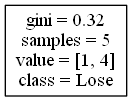
alexana-steck/CSE482Project keeps this Graphviz diagram as DecisionTrees/Mountain Westdecision_tree_no_score_or_attendance5.png. Above is the earlier version. Its source is kept beside it as DecisionTrees/Mountain Westdecision_tree_no_score_or_attendance5.dot.
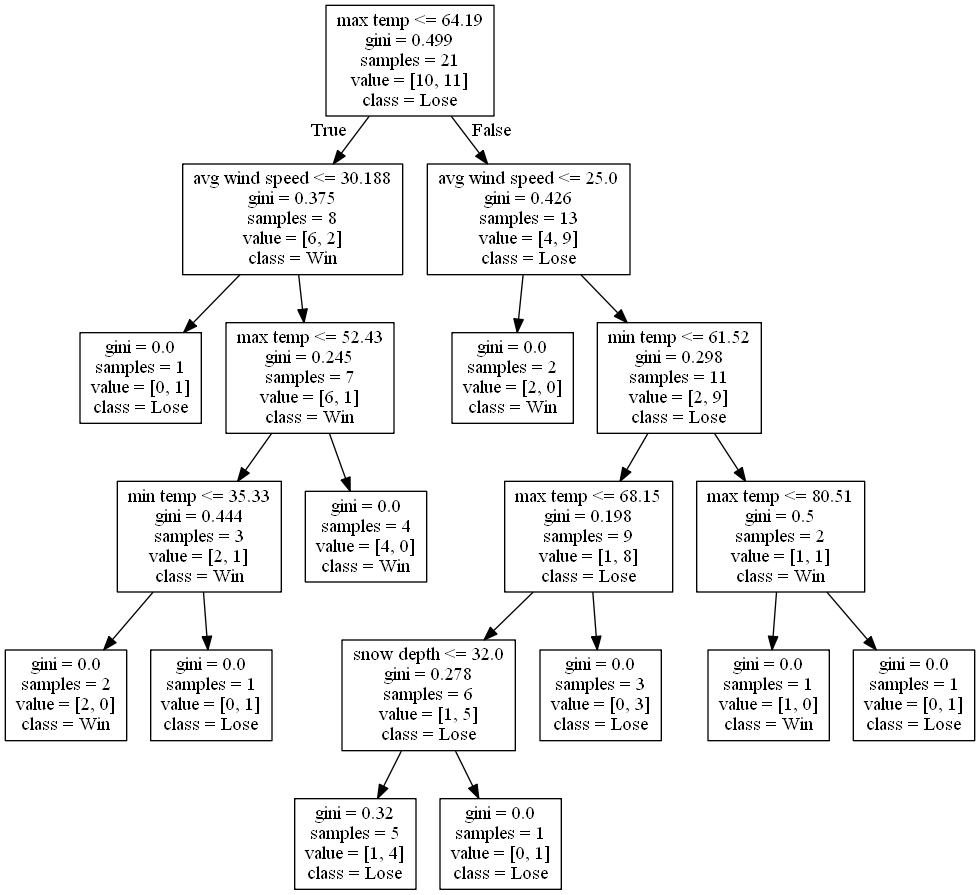
Later version of the same file.

Diff of the diagram source:
```diff
@@ -1,4 +1,40 @@
 digraph Tree {
 node [shape=box] ;
-0 [label="gini = 0.32\nsamples = 5\nvalue = [1, 4]\nclass = Lose"] ;
+0 [label="max temp <= 64.19\ngini = 0.499\nsamples = 21\nvalue = [10, 11]\nclass = Lose"] ;
+1 [label="avg wind speed <= 30.188\ngini = 0.375\nsamples = 8\nvalue = [6, 2]\nclass = Win"] ;
+0 -> 1 [labeldistance=2.5, labelangle=45, headlabel="True"] ;
+2 [label="gini = 0.0\nsamples = 1\nvalue = [0, 1]\nclass = Lose"] ;
+1 -> 2 ;
+3 [label="max temp <= 52.43\ngini = 0.245\nsamples = 7\nvalue = [6, 1]\nclass = Win"] ;
+1 -> 3 ;
+4 [label="min temp <= 35.33\ngini = 0.444\nsamples = 3\nvalue = [2, 1]\nclass = Win"] ;
+3 -> 4 ;
+5 [label="gini = 0.0\nsamples = 2\nvalue = [2, 0]\nclass = Win"] ;
+4 -> 5 ;
+6 [label="gini = 0.0\nsamples = 1\nvalue = [0, 1]\nclass = Lose"] ;
+4 -> 6 ;
+7 [label="gini = 0.0\nsamples = 4\nvalue = [4, 0]\nclass = Win"] ;
+3 -> 7 ;
+8 [label="avg wind speed <= 25.0\ngini = 0.426\nsamples = 13\nvalue = [4, 9]\nclass = Lose"] ;
+0 -> 8 [labeldistance=2.5, labelangle=-45, headlabel="False"] ;
+9 [label="gini = 0.0\nsamples = 2\nvalue = [2, 0]\nclass = Win"] ;
+8 -> 9 ;
+10 [label="min temp <= 61.52\ngini = 0.298\nsamples = 11\nvalue = [2, 9]\nclass = Lose"] ;
+8 -> 10 ;
+11 [label="max temp <= 68.15\ngini = 0.198\nsamples = 9\nvalue = [1, 8]\nclass = Lose"] ;
+10 -> 11 ;
+12 [label="snow depth <= 32.0\ngini = 0.278\nsamples = 6\nvalue = [1, 5]\nclass = Lose"] ;
+11 -> 12 ;
+13 [label="gini = 0.32\nsamples = 5\nvalue = [1, 4]\nclass = Lose"] ;
+12 -> 13 ;
+14 [label="gini = 0.0\nsamples = 1\nvalue = [0, 1]\nclass = Lose"] ;
+12 -> 14 ;
+15 [label="gini = 0.0\nsamples = 3\nvalue = [0, 3]\nclass = Lose"] ;
+11 -> 15 ;
+16 [label="max temp <= 80.51\ngini = 0.5\nsamples = 2\nvalue = [1, 1]\nclass = Win"] ;
+10 -> 16 ;
+17 [label="gini = 0.0\nsamples = 1\nvalue = [1, 0]\nclass = Win"] ;
+16 -> 17 ;
+18 [label="gini = 0.0\nsamples = 1\nvalue = [0, 1]\nclass = Lose"] ;
+16 -> 18 ;
 }
```
